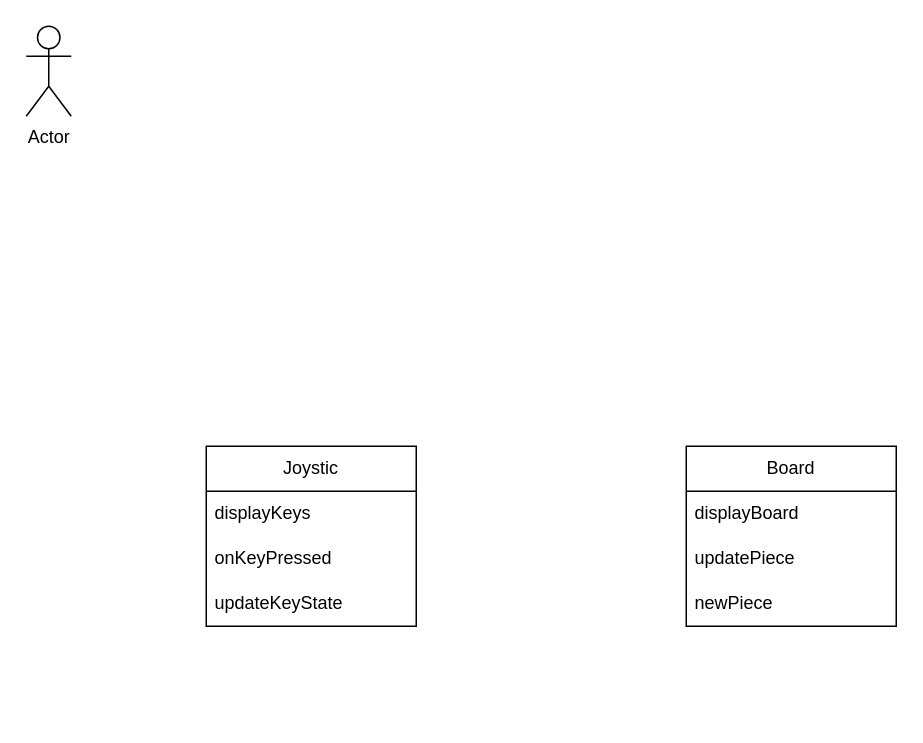
Above: 2048.drawio in hyunwk21/drawio (draw.io), before the change. Source tidied: cells renumbered, new cells numbered last; positions are measured from the earlier drawing's top-left corner, leaving out a move shared by most shapes. Both pictures are drawn from the tidied source at 150%, with x=0, y=0 at pixel (26, 26).
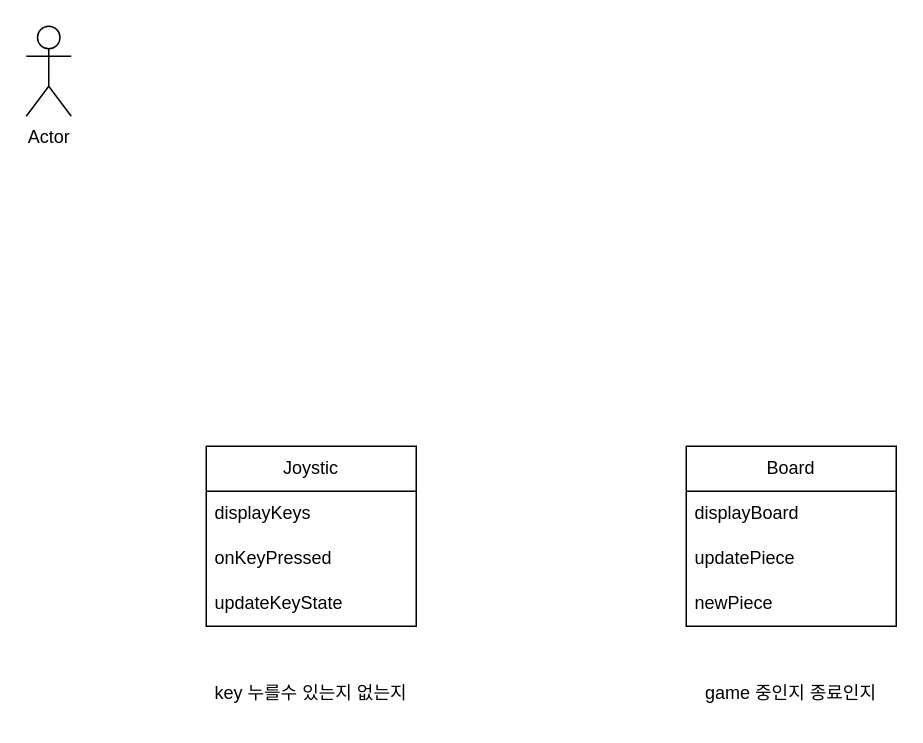
Above is the later version.

Change to the diagram source:
```diff
@@
 <mxGraphModel>
   <root>
     <mxCell id="0" />
     <mxCell id="1" parent="0" />
     <mxCell id="2" value="Joystic" style="swimlane;fontStyle=0;horizontal=1;startSize=30;whiteSpace=wrap;html=1;" parent="1" vertex="1">
       <mxGeometry x="120" y="280" width="140" height="120" as="geometry" />
     </mxCell>
     <mxCell id="3" value="displayKeys" style="text;strokeColor=none;fillColor=none;align=left;verticalAlign=middle;spacingLeft=4;spacingRight=4;overflow=hidden;whiteSpace=wrap;html=1;" parent="2" vertex="1">
       <mxGeometry y="30" width="140" height="30" as="geometry" />
     </mxCell>
     <mxCell id="4" value="onKeyPressed" style="text;strokeColor=none;fillColor=none;align=left;verticalAlign=middle;spacingLeft=4;spacingRight=4;overflow=hidden;whiteSpace=wrap;html=1;" parent="2" vertex="1">
       <mxGeometry y="60" width="140" height="30" as="geometry" />
     </mxCell>
     <mxCell id="5" value="updateKeyState" style="text;strokeColor=none;fillColor=none;align=left;verticalAlign=middle;spacingLeft=4;spacingRight=4;overflow=hidden;whiteSpace=wrap;html=1;" parent="2" vertex="1">
       <mxGeometry y="90" width="140" height="30" as="geometry" />
     </mxCell>
     <mxCell id="6" value="Board" style="swimlane;fontStyle=0;horizontal=1;startSize=30;whiteSpace=wrap;html=1;" parent="1" vertex="1">
       <mxGeometry x="440" y="280" width="140" height="120" as="geometry" />
     </mxCell>
     <mxCell id="7" value="displayBoard" style="text;strokeColor=none;fillColor=none;align=left;verticalAlign=middle;spacingLeft=4;spacingRight=4;overflow=hidden;whiteSpace=wrap;html=1;" parent="6" vertex="1">
       <mxGeometry y="30" width="140" height="30" as="geometry" />
     </mxCell>
     <mxCell id="8" value="updatePiece" style="text;strokeColor=none;fillColor=none;align=left;verticalAlign=middle;spacingLeft=4;spacingRight=4;overflow=hidden;whiteSpace=wrap;html=1;" parent="6" vertex="1">
       <mxGeometry y="60" width="140" height="30" as="geometry" />
     </mxCell>
     <mxCell id="9" value="newPiece" style="text;strokeColor=none;fillColor=none;align=left;verticalAlign=middle;spacingLeft=4;spacingRight=4;overflow=hidden;whiteSpace=wrap;html=1;" parent="6" vertex="1">
       <mxGeometry y="90" width="140" height="30" as="geometry" />
     </mxCell>
     <mxCell id="10" value="Actor" style="shape=umlActor;verticalLabelPosition=bottom;verticalAlign=top;html=1;" parent="1" vertex="1">
       <mxGeometry width="30" height="60" as="geometry" />
     </mxCell>
+    <mxCell id="11" value="key 누를수 있는지 없는지" style="text;html=1;strokeColor=none;fillColor=none;align=center;verticalAlign=middle;whiteSpace=wrap;rounded=0;" parent="1" vertex="1">
+      <mxGeometry x="120" y="430" width="140" height="30" as="geometry" />
+    </mxCell>
+    <mxCell id="12" value="game 중인지 종료인지" style="text;html=1;strokeColor=none;fillColor=none;align=center;verticalAlign=middle;whiteSpace=wrap;rounded=0;" parent="1" vertex="1">
+      <mxGeometry x="440" y="430" width="140" height="30" as="geometry" />
+    </mxCell>
   </root>
 </mxGraphModel>
```
